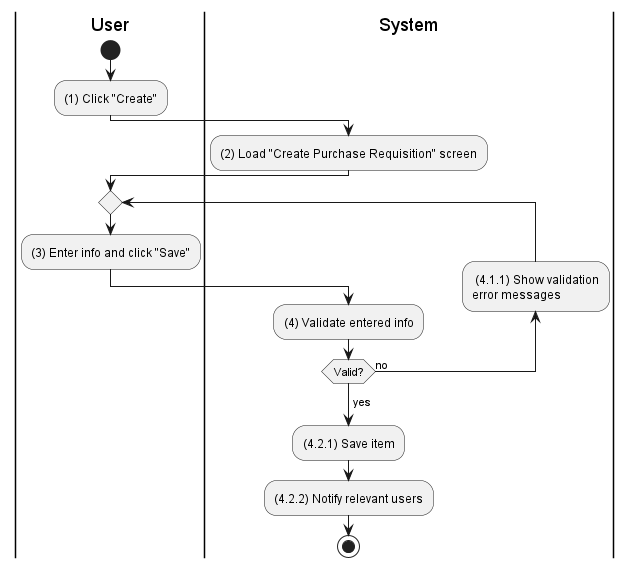
phihungha/scmss-reqs keeps this PlantUML diagram as activities/purchase-requisition-create.png. Above is the earlier version.
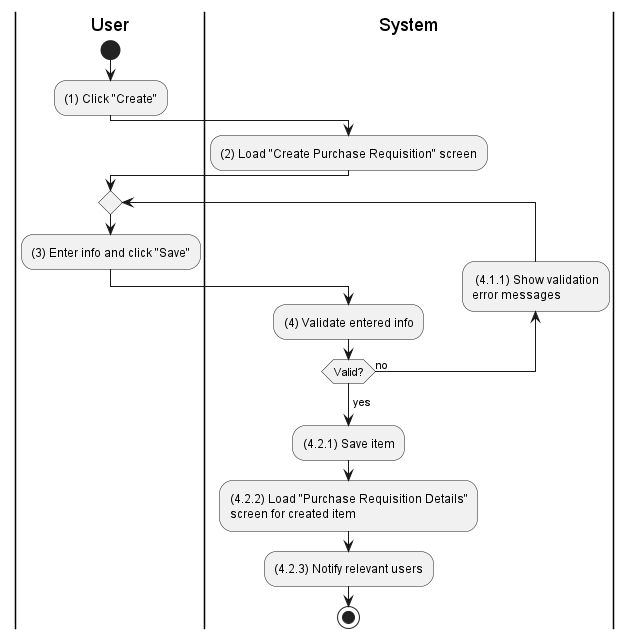
The same file after the commit.

The edit, as a diff of the source:
```diff
@@ -18,6 +18,7 @@
 repeat while (Valid?) is (no)
 ->yes;
 :(4.2.1) Save item;
-:(4.2.2) Notify relevant users;
+:(4.2.2) Load "Purchase Requisition Details"\nscreen for created item;
+:(4.2.3) Notify relevant users;
 stop
 @enduml
```
